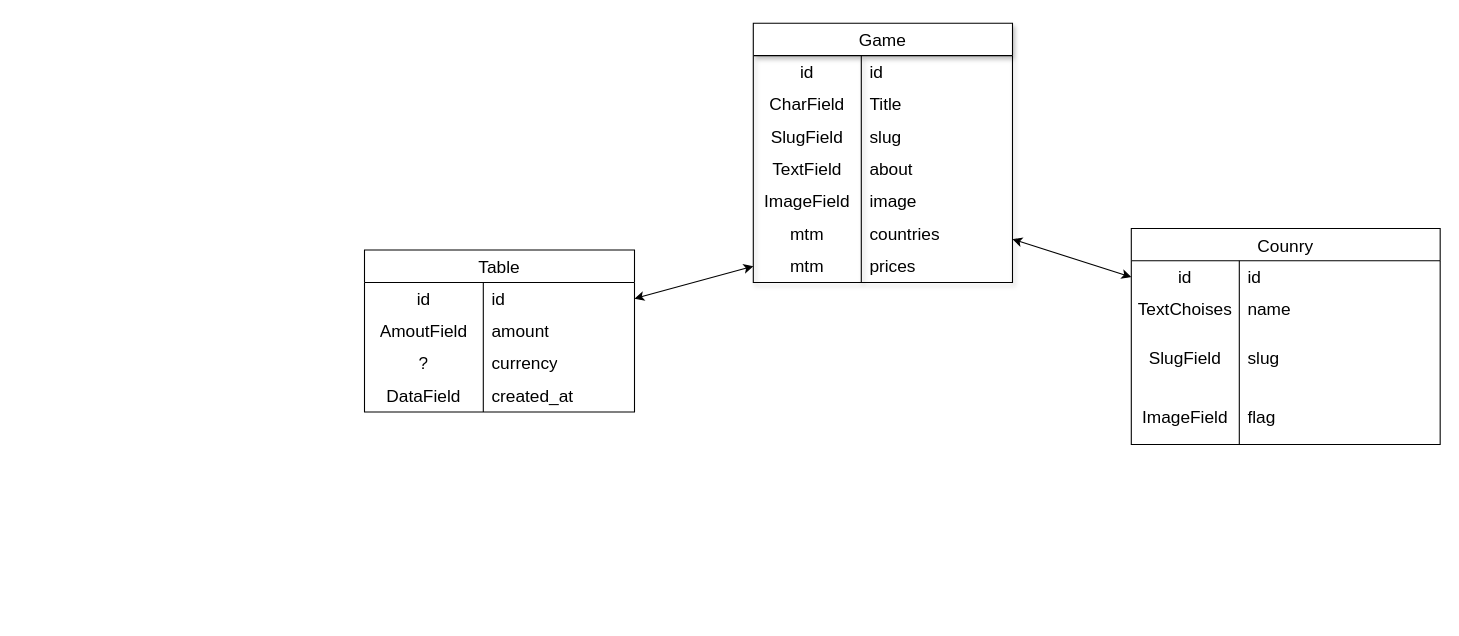
KeirisTorn/SwitchPrices keeps this draw.io diagram as app/Диаграмма без названия.drawio. Above is the earlier version. Source tidied: cells renumbered, new cells numbered last; positions are measured from the earlier drawing's top-left corner, leaving out a move shared by most shapes. Both pictures are drawn from the tidied source at 108%, with x=0, y=0 at pixel (364, 23).
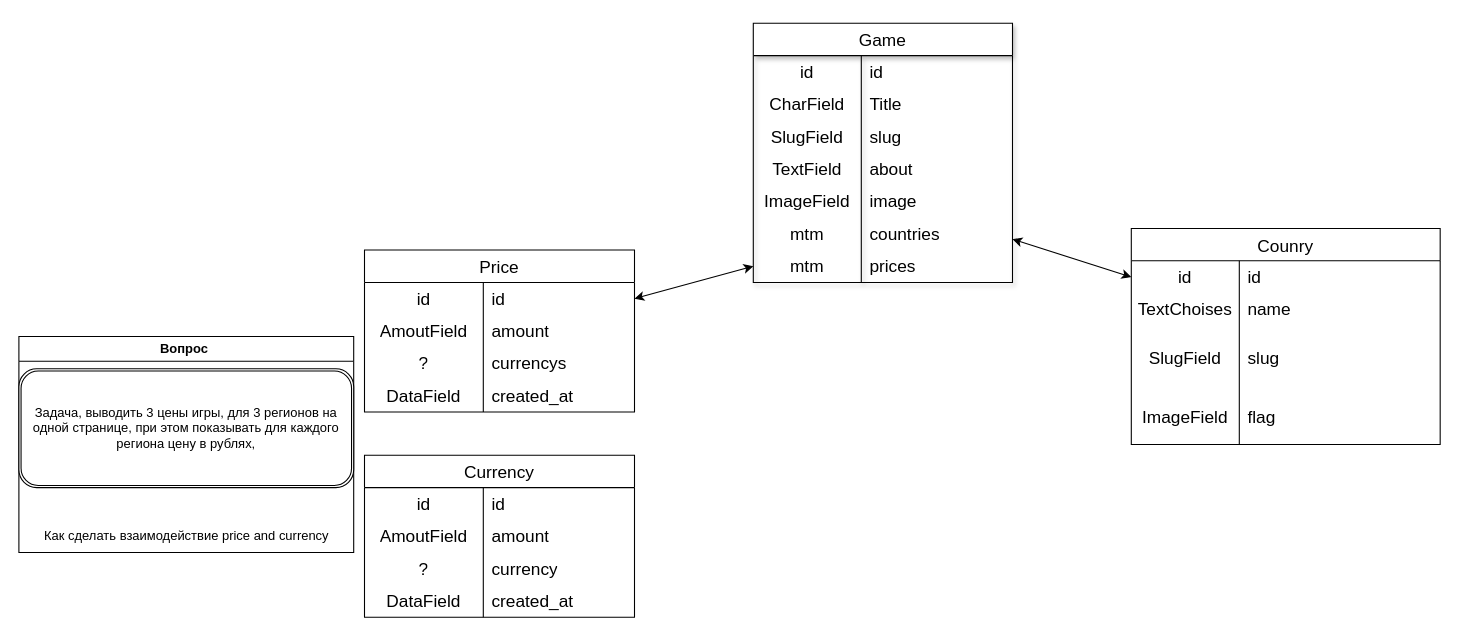
Above is the later version.

Commit message:
Обновление диаграммы Games.drawio

Unchanged cells that the change refers to:
```xml
<mxCell id="45" style="shape=tableRow;horizontal=0;startSize=0;swimlaneHead=0;swimlaneBody=0;top=0;left=0;bottom=0;right=0;fillColor=none;strokeColor=inherit;fontSize=16;" parent="38" vertex="1">
  <mxGeometry y="90" width="250" height="30" as="geometry" />
</mxCell>
```

Diff of the diagram source:
```diff
@@
-    <mxCell id="38" value="Table" style="shape=table;startSize=30;childLayout=tableLayout;rowLines=0;fontStyle=0;strokeColor=default;fontSize=16;" parent="1" vertex="1">
+    <mxCell id="38" value="Price" style="shape=table;startSize=30;childLayout=tableLayout;rowLines=0;fontStyle=0;strokeColor=default;fontSize=16;" parent="1" vertex="1">
       <mxGeometry y="210" width="250" height="150" as="geometry" />
     </mxCell>
@@
-    <mxCell id="47" value="currency" style="shape=partialRectangle;html=1;whiteSpace=wrap;fillColor=none;top=0;left=0;bottom=0;right=0;align=left;spacingLeft=6;overflow=hidden;strokeColor=inherit;fontSize=16;" parent="45" vertex="1">
+    <mxCell id="47" value="currencys" style="shape=partialRectangle;html=1;whiteSpace=wrap;fillColor=none;top=0;left=0;bottom=0;right=0;align=left;spacingLeft=6;overflow=hidden;strokeColor=inherit;fontSize=16;" parent="45" vertex="1">
       <mxGeometry x="110" width="140" height="30" as="geometry" />
     </mxCell>
@@
+    <mxCell id="52" value="Currency" style="shape=table;startSize=30;childLayout=tableLayout;rowLines=0;fontStyle=0;strokeColor=default;fontSize=16;" parent="1" vertex="1">
+      <mxGeometry y="400" width="250" height="150" as="geometry" />
+    </mxCell>
+    <mxCell id="53" style="shape=tableRow;horizontal=0;startSize=0;swimlaneHead=0;swimlaneBody=0;top=0;left=0;bottom=0;right=0;fillColor=none;strokeColor=inherit;fontSize=16;" parent="52" vertex="1">
+      <mxGeometry y="30" width="250" height="30" as="geometry" />
+    </mxCell>
+    <mxCell id="54" value="id" style="shape=partialRectangle;html=1;whiteSpace=wrap;fillColor=none;top=0;left=0;bottom=0;right=0;overflow=hidden;strokeColor=inherit;fontSize=16;" parent="53" vertex="1">
+      <mxGeometry width="110" height="30" as="geometry" />
+    </mxCell>
+    <mxCell id="55" value="id" style="shape=partialRectangle;html=1;whiteSpace=wrap;fillColor=none;top=0;left=0;bottom=0;right=0;align=left;spacingLeft=6;overflow=hidden;strokeColor=inherit;fontSize=16;" parent="53" vertex="1">
+      <mxGeometry x="110" width="140" height="30" as="geometry" />
+    </mxCell>
+    <mxCell id="56" style="shape=tableRow;horizontal=0;startSize=0;swimlaneHead=0;swimlaneBody=0;top=0;left=0;bottom=0;right=0;fillColor=none;strokeColor=inherit;fontSize=16;" parent="52" vertex="1">
+      <mxGeometry y="60" width="250" height="30" as="geometry" />
+    </mxCell>
+    <mxCell id="57" value="AmoutField" style="shape=partialRectangle;html=1;whiteSpace=wrap;fillColor=none;top=0;left=0;bottom=0;right=0;overflow=hidden;strokeColor=inherit;fontSize=16;" parent="56" vertex="1">
+      <mxGeometry width="110" height="30" as="geometry" />
+    </mxCell>
+    <mxCell id="58" value="amount" style="shape=partialRectangle;html=1;whiteSpace=wrap;fillColor=none;top=0;left=0;bottom=0;right=0;align=left;spacingLeft=6;overflow=hidden;strokeColor=inherit;fontSize=16;" parent="56" vertex="1">
+      <mxGeometry x="110" width="140" height="30" as="geometry" />
+    </mxCell>
+    <mxCell id="59" style="shape=tableRow;horizontal=0;startSize=0;swimlaneHead=0;swimlaneBody=0;top=0;left=0;bottom=0;right=0;fillColor=none;strokeColor=inherit;fontSize=16;" parent="52" vertex="1">
+      <mxGeometry y="90" width="250" height="30" as="geometry" />
+    </mxCell>
+    <mxCell id="60" value="?" style="shape=partialRectangle;html=1;whiteSpace=wrap;fillColor=none;top=0;left=0;bottom=0;right=0;overflow=hidden;strokeColor=inherit;fontSize=16;" parent="59" vertex="1">
+      <mxGeometry width="110" height="30" as="geometry" />
+    </mxCell>
+    <mxCell id="61" value="currency" style="shape=partialRectangle;html=1;whiteSpace=wrap;fillColor=none;top=0;left=0;bottom=0;right=0;align=left;spacingLeft=6;overflow=hidden;strokeColor=inherit;fontSize=16;" parent="59" vertex="1">
+      <mxGeometry x="110" width="140" height="30" as="geometry" />
+    </mxCell>
+    <mxCell id="62" style="shape=tableRow;horizontal=0;startSize=0;swimlaneHead=0;swimlaneBody=0;top=0;left=0;bottom=0;right=0;fillColor=none;strokeColor=inherit;fontSize=16;" parent="52" vertex="1">
+      <mxGeometry y="120" width="250" height="30" as="geometry" />
+    </mxCell>
+    <mxCell id="63" value="DataField" style="shape=partialRectangle;html=1;whiteSpace=wrap;fillColor=none;top=0;left=0;bottom=0;right=0;overflow=hidden;strokeColor=inherit;fontSize=16;" parent="62" vertex="1">
+      <mxGeometry width="110" height="30" as="geometry" />
+    </mxCell>
+    <mxCell id="64" value="created_at" style="shape=partialRectangle;html=1;whiteSpace=wrap;fillColor=none;top=0;left=0;bottom=0;right=0;align=left;spacingLeft=6;overflow=hidden;strokeColor=inherit;fontSize=16;" parent="62" vertex="1">
+      <mxGeometry x="110" width="140" height="30" as="geometry" />
+    </mxCell>
+    <mxCell id="65" value="Вопрос&amp;nbsp;" style="swimlane;whiteSpace=wrap;html=1;" parent="1" vertex="1">
+      <mxGeometry x="-320" y="290" width="310" height="200" as="geometry" />
+    </mxCell>
+    <mxCell id="66" value="Как сделать взаимодействие price and currency" style="text;html=1;align=center;verticalAlign=middle;strokeColor=none;fillColor=none;" parent="65" vertex="1">
+      <mxGeometry x="10" y="170" width="290" height="30" as="geometry" />
+    </mxCell>
+    <mxCell id="67" value="Задача, выводить 3 цены игры, для 3 регионов на одной странице, при этом показывать для каждого региона цену в рублях," style="shape=ext;double=1;rounded=1;whiteSpace=wrap;html=1;" parent="65" vertex="1">
+      <mxGeometry y="30" width="310" height="110" as="geometry" />
+    </mxCell>
```
